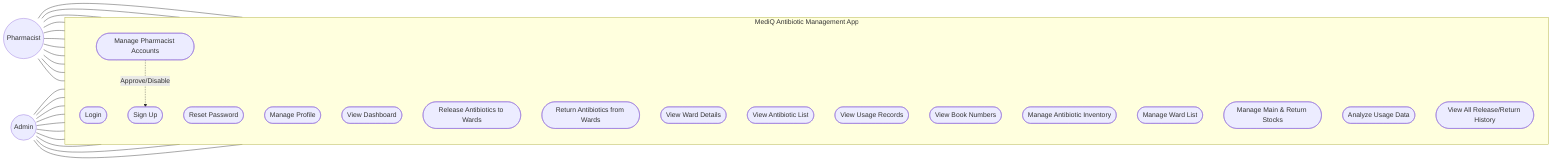
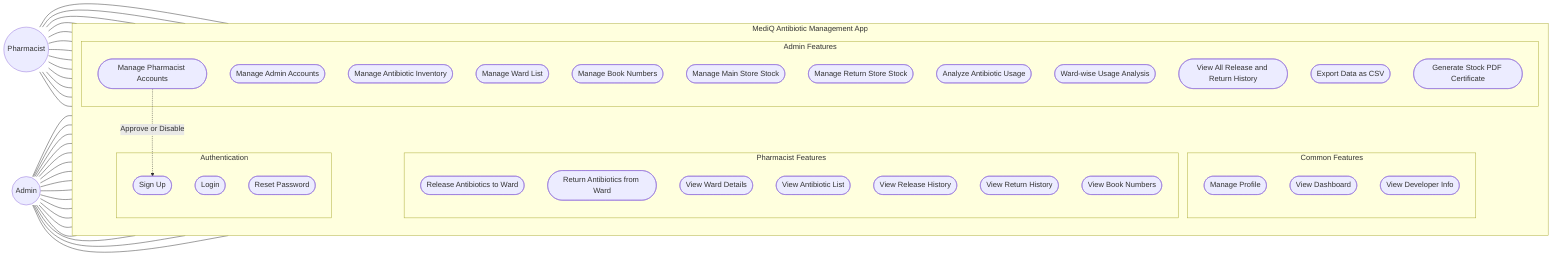
flowchart LR
-     %% Actors
    Pharmacist((Pharmacist))
    Admin((Admin))

-     subgraph MediQ_System ["MediQ Antibiotic Management App"]
+     subgraph MediQ ["MediQ Antibiotic Management App"]
        direction TB

-         %% Common Use Cases
-         Login([Login])
-         Signup([Sign Up])
-         ResetPass([Reset Password])
-         ManageProfile([Manage Profile])
-         ViewDashboard([View Dashboard])
+         subgraph AuthGroup ["Authentication"]
+             Login([Login])
+             Signup([Sign Up])
+             ResetPass([Reset Password])
+         end

-         %% Pharmacist Specific
-         ReleaseAnti([Release Antibiotics to Wards])
-         ReturnAnti([Return Antibiotics from Wards])
-         ViewWards([View Ward Details])
-         ViewAntiList([View Antibiotic List])
-         ViewRecords([View Usage Records])
-         ViewBooks([View Book Numbers])
+         subgraph CommonGroup ["Common Features"]
+             ManageProfile([Manage Profile])
+             ViewDashboard([View Dashboard])
+             AboutDev([View Developer Info])
+         end

-         %% Admin Specific
-         ManagePharmacists([Manage Pharmacist Accounts])
-         ManageAntibiotics([Manage Antibiotic Inventory])
-         ManageWards([Manage Ward List])
-         ManageStocks([Manage Main & Return Stocks])
-         UsageAnalysis([Analyze Usage Data])
-         ViewAllHistory([View All Release/Return History])
+         subgraph PharmGroup ["Pharmacist Features"]
+             ReleaseAnti([Release Antibiotics to Ward])
+             ReturnAnti([Return Antibiotics from Ward])
+             ViewWards([View Ward Details])
+             ViewAntiList([View Antibiotic List])
+             ViewReleaseHistory([View Release History])
+             ViewReturnHistory([View Return History])
+             ViewBooks([View Book Numbers])
+         end
+ 
+         subgraph AdminGroup ["Admin Features"]
+             ManagePharmAccounts([Manage Pharmacist Accounts])
+             ManageAdminAccounts([Manage Admin Accounts])
+             ManageAntibiotics([Manage Antibiotic Inventory])
+             ManageWards([Manage Ward List])
+             ManageBookNumbers([Manage Book Numbers])
+             ManageMainStock([Manage Main Store Stock])
+             ManageReturnStock([Manage Return Store Stock])
+             UsageAnalysis([Analyze Antibiotic Usage])
+             WardWiseAnalysis([Ward-wise Usage Analysis])
+             ViewAllHistory([View All Release and Return History])
+             ExportCSV([Export Data as CSV])
+             GeneratePDF([Generate Stock PDF Certificate])
+         end
    end

-     %% Connections for Pharmacist
    Pharmacist --- Login
    Pharmacist --- Signup
    Pharmacist --- ResetPass
    Pharmacist --- ManageProfile
    Pharmacist --- ViewDashboard
+     Pharmacist --- AboutDev
    Pharmacist --- ReleaseAnti
    Pharmacist --- ReturnAnti
    Pharmacist --- ViewWards
    Pharmacist --- ViewAntiList
-     Pharmacist --- ViewRecords
+     Pharmacist --- ViewReleaseHistory
+     Pharmacist --- ViewReturnHistory
    Pharmacist --- ViewBooks

-     %% Connections for Admin
    Admin --- Login
    Admin --- ResetPass
    Admin --- ManageProfile
    Admin --- ViewDashboard
-     Admin --- ManagePharmacists
+     Admin --- AboutDev
+     Admin --- ManagePharmAccounts
+     Admin --- ManageAdminAccounts
    Admin --- ManageAntibiotics
    Admin --- ManageWards
-     Admin --- ManageStocks
+     Admin --- ManageBookNumbers
+     Admin --- ManageMainStock
+     Admin --- ManageReturnStock
    Admin --- UsageAnalysis
+     Admin --- WardWiseAnalysis
    Admin --- ViewAllHistory
+     Admin --- ExportCSV
+     Admin --- GeneratePDF

-     %% Relationships
-     ManagePharmacists -.-> |Approve/Disable| Signup
+     ManagePharmAccounts -.->|Approve or Disable| Signup
